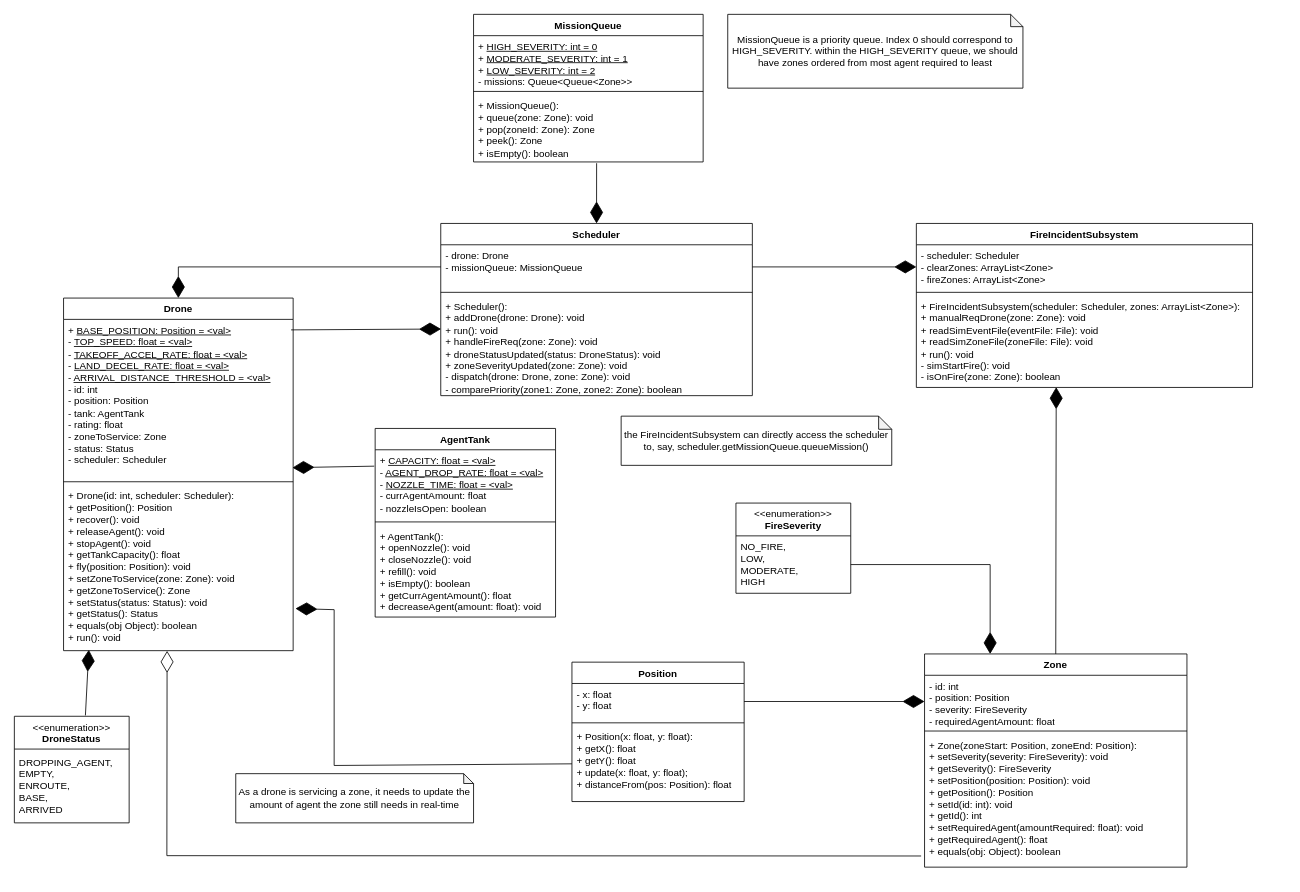
hubertdang/fire-drone-swarm keeps this draw.io diagram as docs/fire_drone_swarm_class.drawio. Above is the earlier version. Source tidied: cells renumbered, new cells numbered last; positions are measured from the earlier drawing's top-left corner, leaving out a move shared by most shapes. Both pictures are drawn from the tidied source at 82%, with x=0, y=0 at pixel (14, 14).
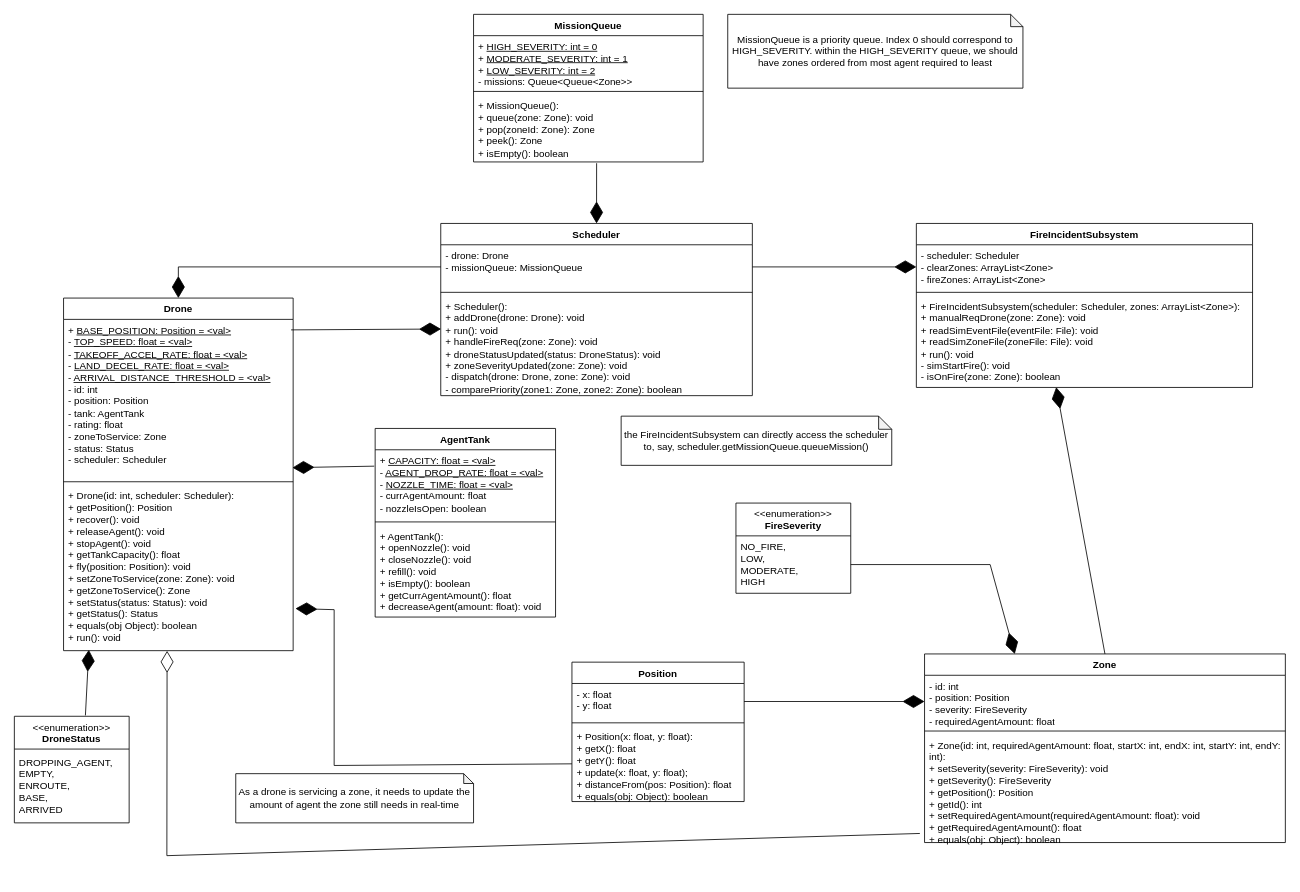
The same page after the edit.

Commit message (it also covers changes not shown here):
Aashna/25 implement zone class (#33)

The change refers to these unchanged cells:
```xml
<mxCell id="14" value="Position" style="swimlane;fontStyle=1;align=center;verticalAlign=top;horizontal=1;startSize=26;whiteSpace=wrap;html=1;" parent="1" vertex="1">
  <mxGeometry x="680" y="790" width="210" height="170" as="geometry" />
</mxCell>
```

What changed in the source:
```diff
@@
-    <mxCell id="17" value="+ Position(x: float, y: float):&lt;div&gt;+ getX(): float&lt;/div&gt;&lt;div&gt;+ getY(): float&lt;/div&gt;&lt;div&gt;+ update(x: float, y: float);&lt;/div&gt;&lt;div&gt;+ distanceFrom(pos: Position): float&lt;/div&gt;" style="text;strokeColor=none;fillColor=none;align=left;verticalAlign=top;spacingLeft=4;spacingRight=4;overflow=hidden;points=[[0,0.5],[1,0.5]];portConstraint=eastwest;whiteSpace=wrap;html=1;" parent="14" vertex="1">
+    <mxCell id="17" value="+ Position(x: float, y: float):&lt;div&gt;+ getX(): float&lt;/div&gt;&lt;div&gt;+ getY(): float&lt;/div&gt;&lt;div&gt;+ update(x: float, y: float);&lt;/div&gt;&lt;div&gt;+ distanceFrom(pos: Position): float&lt;/div&gt;&lt;div&gt;+ equals(obj: Object): boolean&lt;/div&gt;" style="text;strokeColor=none;fillColor=none;align=left;verticalAlign=top;spacingLeft=4;spacingRight=4;overflow=hidden;points=[[0,0.5],[1,0.5]];portConstraint=eastwest;whiteSpace=wrap;html=1;" parent="14" vertex="1">
       <mxGeometry y="78" width="210" height="92" as="geometry" />
     </mxCell>
@@
     <mxCell id="22" value="Zone" style="swimlane;fontStyle=1;align=center;verticalAlign=top;horizontal=1;startSize=26;whiteSpace=wrap;html=1;" parent="1" vertex="1">
-      <mxGeometry x="1110" y="780" width="320" height="260" as="geometry" />
+      <mxGeometry x="1110" y="780" width="440" height="230" as="geometry" />
     </mxCell>
     <mxCell id="23" value="&lt;div&gt;- id: int&lt;/div&gt;- position: Position&lt;div&gt;- severity: FireSeverity&amp;nbsp;&lt;/div&gt;&lt;div&gt;- requiredAgentAmount: float&lt;/div&gt;&lt;div&gt;&lt;br&gt;&lt;/div&gt;" style="text;strokeColor=none;fillColor=none;align=left;verticalAlign=top;spacingLeft=4;spacingRight=4;overflow=hidden;points=[[0,0.5],[1,0.5]];portConstraint=eastwest;whiteSpace=wrap;html=1;" parent="22" vertex="1">
-      <mxGeometry y="26" width="320" height="64" as="geometry" />
+      <mxGeometry y="26" width="440" height="64" as="geometry" />
     </mxCell>
     <mxCell id="24" style="line;strokeWidth=1;fillColor=none;align=left;verticalAlign=middle;spacingTop=-1;spacingLeft=3;spacingRight=3;labelPosition=right;strokeColor=inherit;" parent="22" vertex="1">
-      <mxGeometry y="90" width="320" height="8" as="geometry" />
+      <mxGeometry y="90" width="440" height="8" as="geometry" />
     </mxCell>
-    <mxCell id="25" value="+ Zone(zoneStart: Position, zoneEnd: Position):&lt;div&gt;&lt;div&gt;+ setSeverity(severity: FireSeverity): void&lt;/div&gt;&lt;div&gt;+ getSeverity(): FireSeverity&lt;/div&gt;&lt;div&gt;+ setPosition(position: Position): void&lt;/div&gt;&lt;div&gt;+ getPosition(): Position&lt;/div&gt;&lt;div&gt;+ setId(id: int): void&lt;/div&gt;&lt;div&gt;+ getId(): int&lt;/div&gt;&lt;div&gt;+ setRequiredAgent(amountRequired: float): void&lt;/div&gt;&lt;div&gt;+ getRequiredAgent(): float&lt;/div&gt;&lt;div&gt;+ equals(obj: Object): boolean&lt;/div&gt;&lt;div&gt;&lt;br&gt;&lt;/div&gt;&lt;div&gt;&lt;div&gt;&lt;br&gt;&lt;/div&gt;&lt;/div&gt;&lt;/div&gt;" style="text;strokeColor=none;fillColor=none;align=left;verticalAlign=top;spacingLeft=4;spacingRight=4;overflow=hidden;points=[[0,0.5],[1,0.5]];portConstraint=eastwest;whiteSpace=wrap;html=1;" parent="22" vertex="1">
-      <mxGeometry y="98" width="320" height="162" as="geometry" />
+    <mxCell id="25" value="+ Zone(id: int, requiredAgentAmount: float, startX: int, endX: int, startY: int, endY: int):&lt;div&gt;&lt;div&gt;+ setSeverity(severity: FireSeverity): void&lt;/div&gt;&lt;div&gt;+ getSeverity(): FireSeverity&lt;/div&gt;&lt;div&gt;+ getPosition(): Position&lt;/div&gt;&lt;div&gt;+ getId(): int&lt;/div&gt;&lt;div&gt;+ setRequiredAgentAmount(requiredAgentAmount: float): void&lt;/div&gt;&lt;div&gt;+ getRequiredAgentAmount(): float&lt;/div&gt;&lt;div&gt;+ equals(obj: Object): boolean&lt;/div&gt;&lt;div&gt;&lt;br&gt;&lt;/div&gt;&lt;div&gt;&lt;div&gt;&lt;br&gt;&lt;/div&gt;&lt;/div&gt;&lt;/div&gt;" style="text;strokeColor=none;fillColor=none;align=left;verticalAlign=top;spacingLeft=4;spacingRight=4;overflow=hidden;points=[[0,0.5],[1,0.5]];portConstraint=eastwest;whiteSpace=wrap;html=1;" parent="22" vertex="1">
+      <mxGeometry y="98" width="440" height="132" as="geometry" />
     </mxCell>
```
